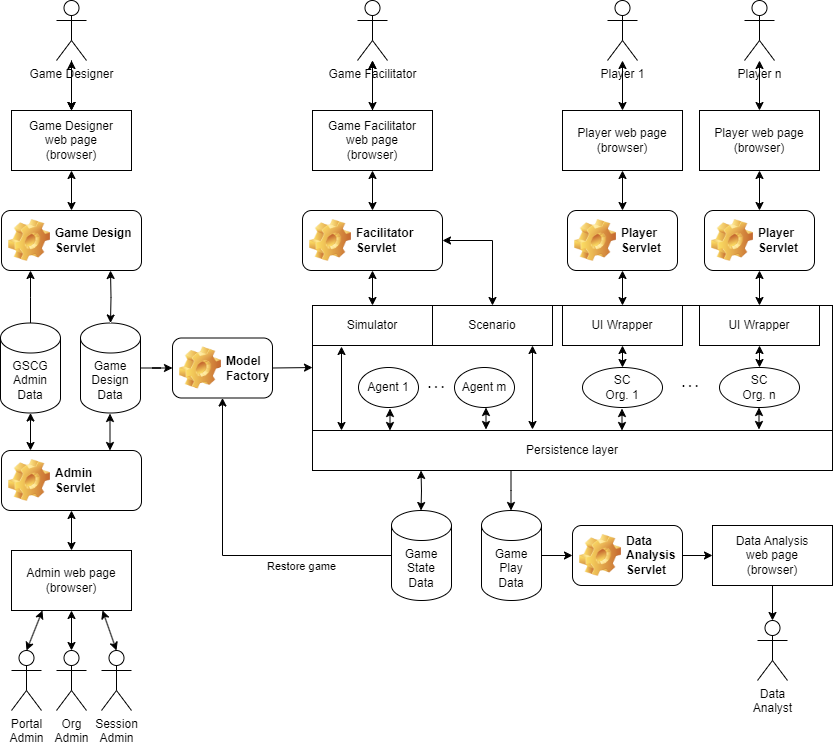
Above: doc/4-architecture/diagrams/gscg-architecture.png in averbraeck/gscg-design (draw.io), before the change. Source tidied: cells renumbered, new cells last; positions are measured from the earlier drawing's top-left corner, leaving out a move shared by most shapes.
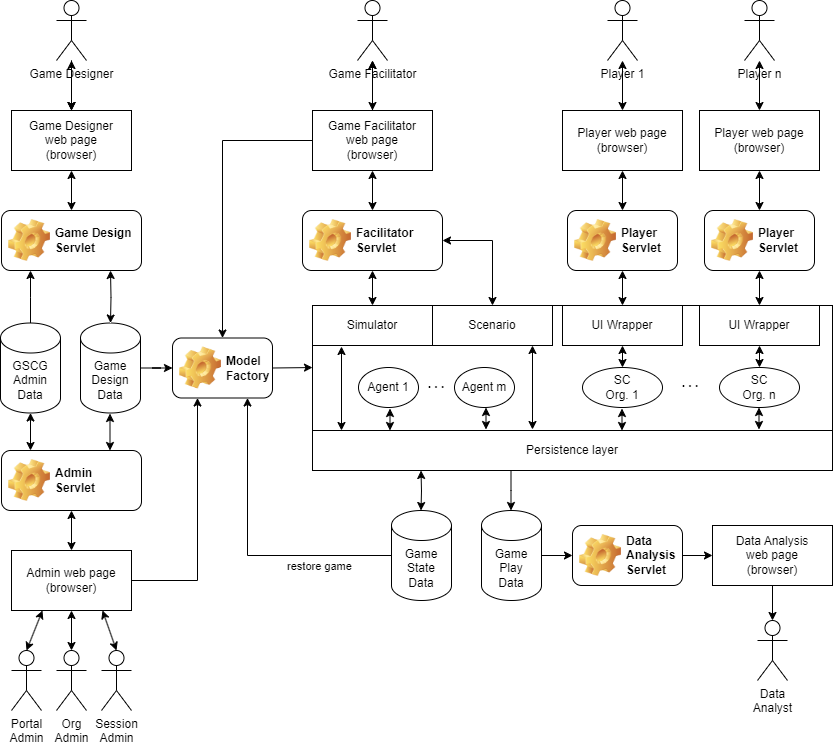
Above is the later version.

Commit message:
Architecture diagram: provide access to Model Factory for admins

Diff of the diagram source:
```diff
@@ -61,6 +61,9 @@
     <mxCell id="20" style="edgeStyle=orthogonalEdgeStyle;rounded=0;jettySize=auto;html=1;" parent="1" edge="1" source="21" target="23">
       <mxGeometry relative="1" as="geometry" />
     </mxCell>
+    <mxCell id="78" style="edgeStyle=orthogonalEdgeStyle;rounded=0;jettySize=auto;html=1;entryX=0.5;entryY=0;entryDx=0;entryDy=0;" parent="1" edge="1" source="21" target="12">
+      <mxGeometry relative="1" as="geometry" />
+    </mxCell>
     <mxCell id="21" value="Game Facilitator&lt;br&gt;web page&lt;br&gt;(browser)&lt;div&gt;&lt;/div&gt;" style="rounded=0;whiteSpace=wrap;html=1;" parent="1" vertex="1">
       <mxGeometry x="312" y="110" width="120" height="60" as="geometry" />
     </mxCell>
@@ -136,9 +139,6 @@
     <mxCell id="45" value="Persistence layer" style="rounded=0;whiteSpace=wrap;html=1;" parent="1" vertex="1">
       <mxGeometry x="312" y="430" width="520" height="40" as="geometry" />
     </mxCell>
-    <mxCell id="46" value="Restore game" style="edgeStyle=orthogonalEdgeStyle;rounded=0;jettySize=auto;html=1;exitX=0;exitY=0.5;exitDx=0;exitDy=0;exitPerimeter=0;entryX=0.5;entryY=1;entryDx=0;entryDy=0;" parent="1" edge="1" source="47" target="12">
-      <mxGeometry x="-0.45" y="11" relative="1" as="geometry" />
-    </mxCell>
     <mxCell id="47" value="Game&lt;br&gt;State&lt;br&gt;Data" style="shape=cylinder3;whiteSpace=wrap;html=1;boundedLbl=1;backgroundOutline=1;size=15;" parent="1" vertex="1">
       <mxGeometry x="391" y="510" width="60" height="90" as="geometry" />
     </mxCell>
@@ -166,6 +166,9 @@
     <mxCell id="55" value="Admin&lt;br&gt;Servlet" style="label;whiteSpace=wrap;html=1;image=img/clipart/Gear_128x128.png;" parent="1" vertex="1">
       <mxGeometry x="1" y="450" width="140" height="60" as="geometry" />
     </mxCell>
+    <mxCell id="79" style="edgeStyle=orthogonalEdgeStyle;rounded=0;jettySize=auto;html=1;exitX=1;exitY=0.5;exitDx=0;exitDy=0;entryX=0.25;entryY=1;entryDx=0;entryDy=0;" parent="1" edge="1" source="56" target="12">
+      <mxGeometry relative="1" as="geometry" />
+    </mxCell>
     <mxCell id="56" value="Admin web page&lt;br&gt;(browser)&lt;div&gt;&lt;/div&gt;" style="rounded=0;whiteSpace=wrap;html=1;" parent="1" vertex="1">
       <mxGeometry x="11" y="550" width="120" height="60" as="geometry" />
     </mxCell>
@@ -271,5 +274,8 @@
         <mxPoint x="109.5" y="450" as="targetPoint" />
       </mxGeometry>
     </mxCell>
+    <mxCell id="46" value="restore game" style="edgeStyle=orthogonalEdgeStyle;rounded=0;jettySize=auto;html=1;exitX=0;exitY=0.5;exitDx=0;exitDy=0;exitPerimeter=0;entryX=0.75;entryY=1;entryDx=0;entryDy=0;" parent="1" edge="1" source="47" target="12">
+      <mxGeometry x="-0.52" y="11" relative="1" as="geometry" />
+    </mxCell>
   </root>
 </mxGraphModel>
```
